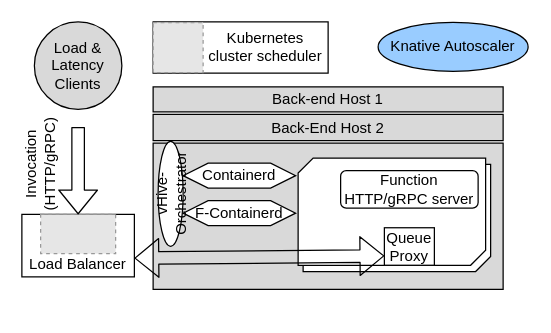
Earlier version of the draw.io diagram page "Page-1" (1 of 2) of docs/figures/src/vhive.drawio (faromero/vhive). Source tidied: cells renumbered, new cells numbered last; positions are measured from the earlier drawing's top-left corner, leaving out a move shared by most shapes. Both pictures are drawn from the tidied source at 125%, with x=0, y=0 at pixel (15, 21). Pictures stored in the file or linked from it are replaced by grey dashed boxes.
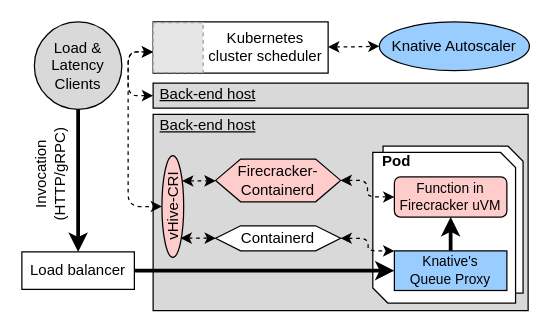
The same diagram, later.

Commit message (it also covers changes not shown here):
added architecture figure

Unchanged cells that the change refers to:
```xml
<mxCell id="2" style="rounded=0;whiteSpace=wrap;html=1;" parent="1" vertex="1">
  <mxGeometry x="110" width="140" height="41" as="geometry" />
</mxCell>
<mxCell id="10" value="Kubernetes cluster scheduler" style="text;html=1;strokeColor=none;fillColor=none;align=center;verticalAlign=middle;whiteSpace=wrap;rounded=0;" parent="1" vertex="1">
  <mxGeometry x="150" y="10" width="100" height="20" as="geometry" />
</mxCell>
<mxCell id="14" value="Load &amp;amp; Latency Clients" style="ellipse;whiteSpace=wrap;html=1;fillColor=#D9D9D9;" parent="1" vertex="1">
  <mxGeometry x="15" width="70" height="70" as="geometry" />
</mxCell>
```

Change to the diagram source:
```diff
@@
+    <mxCell id="13" style="rounded=0;whiteSpace=wrap;html=1;fillColor=#D9D9D9;" parent="1" vertex="1">
+      <mxGeometry x="110" y="74" width="300" height="157" as="geometry" />
+    </mxCell>
+    <mxCell id="23" style="verticalLabelPosition=bottom;verticalAlign=top;html=1;shape=mxgraph.basic.diag_snip_rect;dx=6;fillColor=#FFFFFF;rotation=90;fontStyle=0;" parent="1" vertex="1">
+      <mxGeometry x="291.2" y="102.2" width="117.5" height="112" as="geometry" />
+    </mxCell>
@@
-    <mxCell id="3" style="rounded=0;whiteSpace=wrap;html=1;" parent="1" vertex="1">
-      <mxGeometry x="5" y="154" width="90" height="50" as="geometry" />
+    <mxCell id="3" value="Load balancer" style="rounded=0;whiteSpace=wrap;html=1;" parent="1" vertex="1">
+      <mxGeometry x="5" y="184" width="90" height="30" as="geometry" />
     </mxCell>
@@
-    <mxCell id="5" value="Knative Autoscaler" style="ellipse;whiteSpace=wrap;html=1;fillColor=#99CCFF;" parent="1" vertex="1">
-      <mxGeometry x="290" y="0.5" width="120" height="39" as="geometry" />
+    <mxCell id="5" value="Knative Autoscaler" style="ellipse;whiteSpace=wrap;html=1;fillColor=#99CCFF;labelBackgroundColor=none;" parent="1" vertex="1">
+      <mxGeometry x="291" width="120" height="39" as="geometry" />
     </mxCell>
-    <mxCell id="6" style="fillColor=#E6E6E6;strokeColor=#999999;dashed=1;verticalLabelPosition=bottom;labelBackgroundColor=#ffffff;verticalAlign=top;" parent="1" vertex="1">
-      <mxGeometry x="20" y="154" width="60" height="31.4" as="geometry" />
-    </mxCell>
-    <mxCell id="7" style="shape=flexArrow;endArrow=classic;html=1;" parent="1" edge="1" target="3">
-      <mxGeometry relative="1" as="geometry">
-        <mxPoint x="50" y="84" as="sourcePoint" />
-      </mxGeometry>
-    </mxCell>
-    <mxCell id="8" value="Load Balancer" style="text;html=1;strokeColor=none;fillColor=none;align=center;verticalAlign=middle;whiteSpace=wrap;rounded=0;" parent="1" vertex="1">
-      <mxGeometry x="5" y="184" width="90" height="20" as="geometry" />
-    </mxCell>
     <mxCell id="9" value="Invocation (HTTP/gRPC)" style="text;html=1;strokeColor=none;fillColor=none;align=center;verticalAlign=middle;whiteSpace=wrap;rounded=0;rotation=-90;" parent="1" vertex="1">
-      <mxGeometry y="104" width="40" height="20" as="geometry" />
+      <mxGeometry x="8" y="112" width="40" height="20" as="geometry" />
     </mxCell>
+    <mxCell id="24" style="edgeStyle=orthogonalEdgeStyle;rounded=1;sketch=0;jumpStyle=none;jettySize=auto;html=1;dashed=1;fillColor=#A1A1A1;fontSize=12;fontColor=#FF0000;entryX=0;entryY=0.5;entryDx=0;entryDy=0;startArrow=classic;startFill=1;" parent="1" edge="1" source="10" target="5">
+      <mxGeometry relative="1" as="geometry" />
+    </mxCell>
@@
+    <mxCell id="25" style="edgeStyle=orthogonalEdgeStyle;rounded=1;sketch=0;jumpStyle=none;jettySize=auto;html=1;dashed=1;startArrow=classic;startFill=1;endArrow=classic;endFill=1;strokeWidth=1;fillColor=#A1A1A1;fontSize=12;fontColor=#000000;exitX=0;exitY=0.5;exitDx=0;exitDy=0;" parent="1" edge="1" source="11">
+      <mxGeometry relative="1" as="geometry">
+        <mxPoint x="110" y="24" as="targetPoint" />
+        <Array as="points">
+          <mxPoint x="90" y="59" />
+          <mxPoint x="90" y="24" />
+        </Array>
+      </mxGeometry>
+    </mxCell>
-    <mxCell id="11" value="Back-end Host 1" style="rounded=0;whiteSpace=wrap;html=1;fillColor=#D9D9D9;" parent="1" vertex="1">
-      <mxGeometry x="110" y="52" width="280" height="20" as="geometry" />
+    <mxCell id="11" style="rounded=0;whiteSpace=wrap;html=1;fillColor=#D9D9D9;" parent="1" vertex="1">
+      <mxGeometry x="110" y="49" width="300" height="20" as="geometry" />
     </mxCell>
-    <mxCell id="12" value="Back-End Host 2" style="rounded=0;whiteSpace=wrap;html=1;fillColor=#D9D9D9;" parent="1" vertex="1">
-      <mxGeometry x="110" y="74" width="280" height="21" as="geometry" />
-    </mxCell>
-    <mxCell id="13" style="rounded=0;whiteSpace=wrap;html=1;fillColor=#D9D9D9;" parent="1" vertex="1">
-      <mxGeometry x="110" y="97" width="280" height="117" as="geometry" />
-    </mxCell>
@@
-    <mxCell id="15" style="verticalLabelPosition=bottom;verticalAlign=top;html=1;shape=mxgraph.basic.diag_snip_rect;dx=6;fillColor=#FFFFFF;" parent="1" vertex="1">
-      <mxGeometry x="230" y="114" width="150" height="85.7" as="geometry" />
-    </mxCell>
-    <mxCell id="16" style="verticalLabelPosition=bottom;verticalAlign=top;html=1;shape=mxgraph.basic.diag_snip_rect;dx=6;fillColor=#FFFFFF;" parent="1" vertex="1">
-      <mxGeometry x="226" y="109" width="150" height="85.7" as="geometry" />
+    <mxCell id="16" style="verticalLabelPosition=bottom;verticalAlign=top;html=1;shape=mxgraph.basic.diag_snip_rect;dx=6;fillColor=#FFFFFF;rotation=90;" parent="1" vertex="1">
+      <mxGeometry x="282.6" y="107.6" width="120.5" height="114.2" as="geometry" />
     </mxCell>
+    <mxCell id="26" style="edgeStyle=orthogonalEdgeStyle;rounded=1;jettySize=auto;html=1;fillColor=#A1A1A1;fontSize=12;fontColor=#FF0000;entryX=0;entryY=0.5;entryDx=0;entryDy=0;jumpStyle=none;sketch=0;dashed=1;startArrow=classic;startFill=1;" parent="1" edge="1" source="17" target="20">
+      <mxGeometry relative="1" as="geometry" />
+    </mxCell>
-    <mxCell id="17" value="Containerd" style="shape=hexagon;perimeter=hexagonPerimeter2;whiteSpace=wrap;html=1;fixedSize=1;fillColor=#FFFFFF;" parent="1" vertex="1">
-      <mxGeometry x="134" y="113" width="90" height="20" as="geometry" />
+    <mxCell id="17" value="Firecracker-Containerd" style="shape=hexagon;perimeter=hexagonPerimeter2;whiteSpace=wrap;html=1;fixedSize=1;fillColor=#FFCCCC;" parent="1" vertex="1">
+      <mxGeometry x="160" y="109.7" width="100" height="34.2" as="geometry" />
     </mxCell>
+    <mxCell id="27" style="edgeStyle=orthogonalEdgeStyle;rounded=1;sketch=0;jumpStyle=none;jettySize=auto;html=1;startArrow=classic;startFill=1;endArrow=classic;endFill=1;strokeWidth=1;fillColor=#A1A1A1;fontSize=12;fontColor=#FF0000;entryX=0;entryY=0;entryDx=0;entryDy=0;dashed=1;" parent="1" edge="1" source="18" target="22">
+      <mxGeometry relative="1" as="geometry">
+        <Array as="points">
+          <mxPoint x="282" y="173" />
+          <mxPoint x="282" y="183" />
+        </Array>
+      </mxGeometry>
+    </mxCell>
-    <mxCell id="18" value="F-Containerd" style="shape=hexagon;perimeter=hexagonPerimeter2;whiteSpace=wrap;html=1;fixedSize=1;fillColor=#FFFFFF;" parent="1" vertex="1">
-      <mxGeometry x="134" y="143" width="90" height="20" as="geometry" />
+    <mxCell id="18" value="&lt;font color=&quot;#000000&quot;&gt;Containerd&lt;/font&gt;" style="shape=hexagon;perimeter=hexagonPerimeter2;whiteSpace=wrap;html=1;fixedSize=1;fillColor=#FFFFFF;fontColor=#FF0000;" parent="1" vertex="1">
+      <mxGeometry x="160" y="163.1" width="100" height="20" as="geometry" />
     </mxCell>
+    <mxCell id="28" style="edgeStyle=orthogonalEdgeStyle;rounded=1;sketch=0;jumpStyle=none;jettySize=auto;html=1;dashed=1;startArrow=classic;startFill=1;endArrow=classic;endFill=1;strokeWidth=1;fillColor=#A1A1A1;fontSize=12;fontColor=#FF0000;" parent="1" edge="1" target="18">
+      <mxGeometry relative="1" as="geometry">
+        <mxPoint x="132" y="173" as="sourcePoint" />
+        <Array as="points">
+          <mxPoint x="132" y="173" />
+        </Array>
+      </mxGeometry>
+    </mxCell>
+    <mxCell id="29" style="edgeStyle=orthogonalEdgeStyle;rounded=1;sketch=0;jumpStyle=none;jettySize=auto;html=1;dashed=1;startArrow=classic;startFill=1;endArrow=classic;endFill=1;strokeWidth=1;fillColor=#A1A1A1;fontSize=12;fontColor=#FF0000;entryX=0;entryY=0.5;entryDx=0;entryDy=0;exitX=0.751;exitY=0.929;exitDx=0;exitDy=0;exitPerimeter=0;" parent="1" edge="1" source="19" target="17">
+      <mxGeometry relative="1" as="geometry" />
+    </mxCell>
-    <mxCell id="19" value="vHive-Orchestrator" style="ellipse;whiteSpace=wrap;html=1;fillColor=#FFFFFF;rotation=-90;" parent="1" vertex="1">
-      <mxGeometry x="82" y="127.5" width="84" height="20" as="geometry" />
+    <mxCell id="19" value="vHive-CRI" style="ellipse;whiteSpace=wrap;html=1;rotation=-90;fillColor=#FFCCCC;" parent="1" vertex="1">
+      <mxGeometry x="85" y="139" width="81.5" height="17.4" as="geometry" />
     </mxCell>
-    <mxCell id="20" value="Function HTTP/gRPC server" style="rounded=1;whiteSpace=wrap;html=1;fillColor=#FFFFFF;" parent="1" vertex="1">
-      <mxGeometry x="260" y="119" width="110" height="30" as="geometry" />
+    <mxCell id="20" value="Function in Firecracker uVM" style="rounded=1;whiteSpace=wrap;html=1;fontSize=11;fillColor=#FFCCCC;" parent="1" vertex="1">
+      <mxGeometry x="303" y="124" width="90" height="32.1" as="geometry" />
     </mxCell>
-    <mxCell id="21" style="shape=flexArrow;endArrow=classic;startArrow=classic;html=1;entryX=0;entryY=0.75;entryDx=0;entryDy=0;exitX=1;exitY=0.25;exitDx=0;exitDy=0;" parent="1" edge="1" source="8" target="22">
-      <mxGeometry relative="1" as="geometry" />
-    </mxCell>
+    <mxCell id="30" style="edgeStyle=orthogonalEdgeStyle;rounded=1;sketch=0;jumpStyle=none;jettySize=auto;html=1;strokeWidth=3;fillColor=#A1A1A1;fontSize=12;fontColor=#FF0000;entryX=0.5;entryY=1;entryDx=0;entryDy=0;exitX=0.5;exitY=0;exitDx=0;exitDy=0;endArrow=classic;endFill=1;" parent="1" edge="1" source="22" target="20">
+      <mxGeometry relative="1" as="geometry">
+        <Array as="points">
+          <mxPoint x="348" y="179" />
+          <mxPoint x="348" y="179" />
+        </Array>
+      </mxGeometry>
+    </mxCell>
-    <mxCell id="22" value="Queue Proxy" style="rounded=0;whiteSpace=wrap;html=1;fillColor=#FFFFFF;" parent="1" vertex="1">
-      <mxGeometry x="295" y="164.7" width="40" height="30" as="geometry" />
+    <mxCell id="22" value="Knative's&lt;br style=&quot;font-size: 11px;&quot;&gt;Queue Proxy" style="rounded=0;whiteSpace=wrap;html=1;labelBackgroundColor=none;fillColor=#99CCFF;fontSize=11;" parent="1" vertex="1">
+      <mxGeometry x="303" y="183.2" width="90" height="31.7" as="geometry" />
     </mxCell>
+    <mxCell id="31" value="Pod" style="text;html=1;strokeColor=none;fillColor=none;align=center;verticalAlign=middle;whiteSpace=wrap;rounded=0;labelBackgroundColor=none;fontSize=12;fontColor=#000000;fontStyle=1;" parent="1" vertex="1">
+      <mxGeometry x="280" y="102" width="50" height="20" as="geometry" />
+    </mxCell>
+    <mxCell id="32" style="edgeStyle=orthogonalEdgeStyle;rounded=1;jettySize=auto;html=1;fontSize=14;fontColor=#FF0000;entryX=0.5;entryY=0;entryDx=0;entryDy=0;jumpStyle=none;sketch=0;dashed=1;startArrow=classic;startFill=1;" parent="1" edge="1" source="2" target="19">
+      <mxGeometry relative="1" as="geometry">
+        <Array as="points">
+          <mxPoint x="90" y="24" />
+          <mxPoint x="90" y="148" />
+          <mxPoint x="117" y="148" />
+        </Array>
+      </mxGeometry>
+    </mxCell>
+    <mxCell id="33" style="edgeStyle=orthogonalEdgeStyle;rounded=0;jettySize=auto;html=1;fillColor=#A1A1A1;fontSize=12;fontColor=#FF0000;exitX=1;exitY=0.5;exitDx=0;exitDy=0;strokeWidth=3;entryX=0;entryY=0.5;entryDx=0;entryDy=0;endArrow=classic;endFill=1;" parent="1" edge="1" source="3" target="22">
+      <mxGeometry relative="1" as="geometry" />
+    </mxCell>
+    <mxCell id="34" style="edgeStyle=orthogonalEdgeStyle;rounded=0;jettySize=auto;html=1;fillColor=#A1A1A1;fontSize=12;fontColor=#FF0000;exitX=0.5;exitY=1;exitDx=0;exitDy=0;strokeWidth=3;endArrow=classic;endFill=1;entryX=0.5;entryY=0;entryDx=0;entryDy=0;" parent="1" edge="1" source="14" target="3">
+      <mxGeometry relative="1" as="geometry" />
+    </mxCell>
+    <mxCell id="35" value="Back-end host" style="text;html=1;strokeColor=none;fillColor=none;align=center;verticalAlign=middle;whiteSpace=wrap;rounded=0;labelBackgroundColor=none;fontSize=12;fontStyle=4;" parent="1" vertex="1">
+      <mxGeometry x="109" y="73" width="90" height="20" as="geometry" />
+    </mxCell>
+    <mxCell id="36" value="Back-end host" style="text;html=1;strokeColor=none;fillColor=none;align=center;verticalAlign=middle;whiteSpace=wrap;rounded=0;labelBackgroundColor=none;fontSize=12;fontStyle=4;" parent="1" vertex="1">
+      <mxGeometry x="109" y="48" width="90" height="20" as="geometry" />
+    </mxCell>
```
